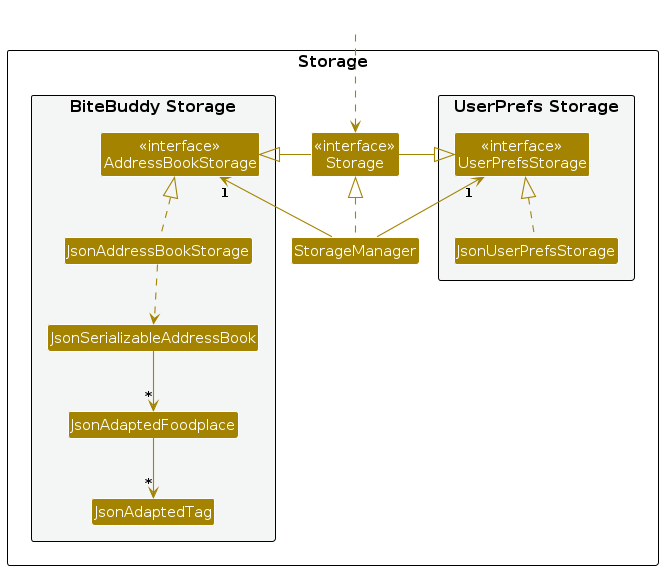
Above: diagrams/StorageClassDiagram.png in AY2526S1-CS2103T-W14-2/tp (PlantUML), before the change. Its source is kept beside it as diagrams/StorageClassDiagram.puml.
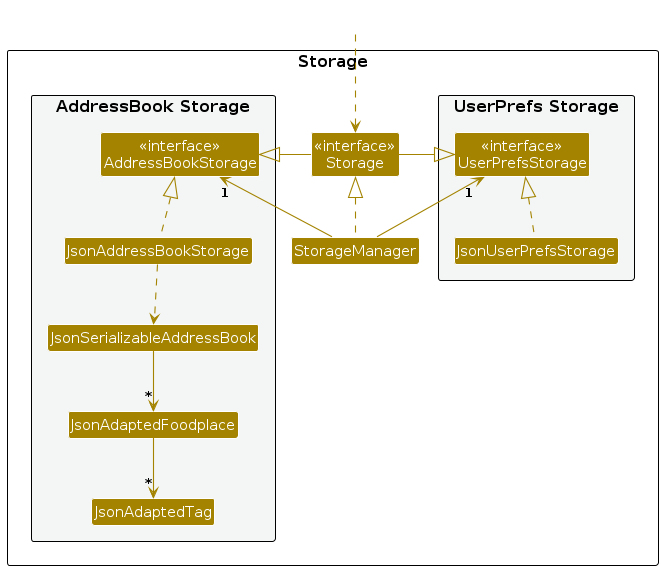
After the change.

Change to the diagram source:
```diff
@@ -1,4 +1,4 @@
-@startuml
+@startuml StorageClassDiagram
 !include style.puml
 skinparam arrowThickness 1.1
 skinparam arrowColor STORAGE_COLOR
@@ -14,7 +14,7 @@
 Class "<<interface>>\nStorage" as Storage
 Class StorageManager
 
-package "BiteBuddy Storage" #F4F6F6{
+package "AddressBook Storage" #F4F6F6{
 Class "<<interface>>\nAddressBookStorage" as AddressBookStorage
 Class JsonAddressBookStorage
 Class JsonSerializableAddressBook
```
